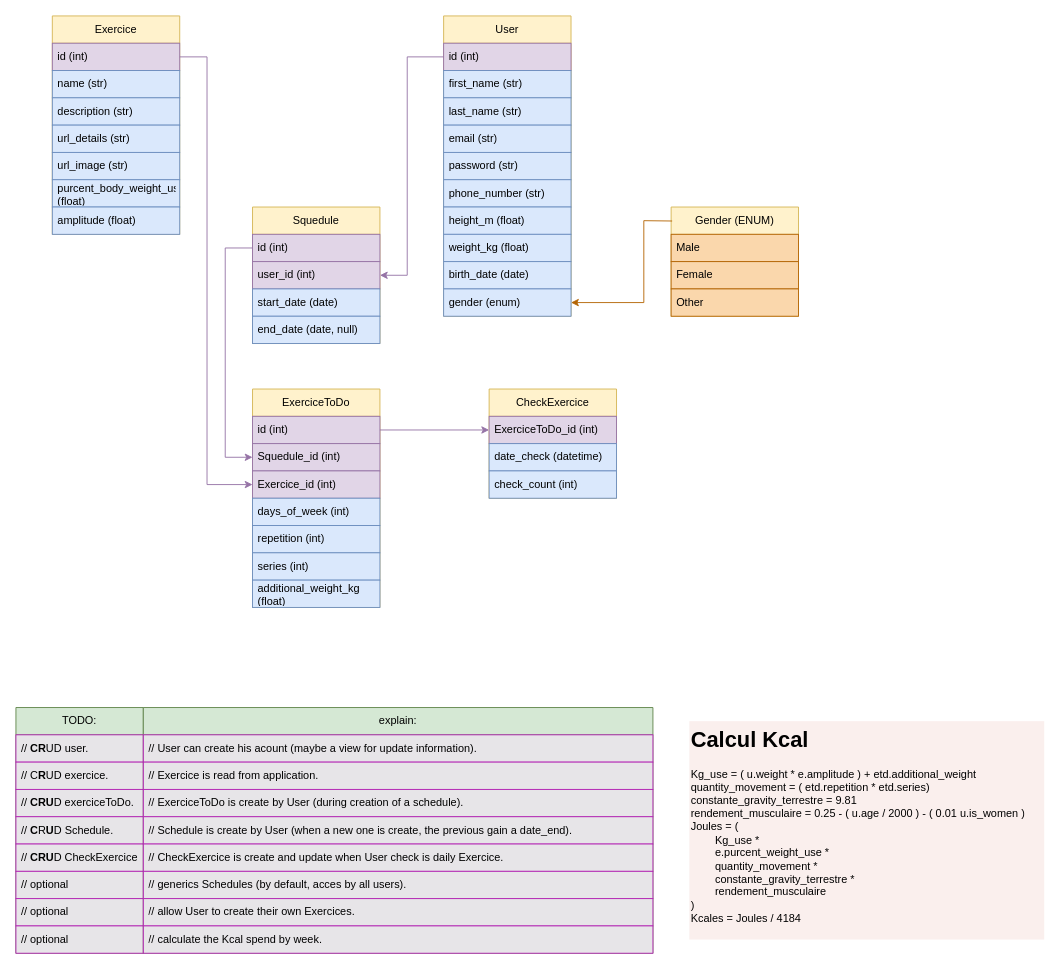
This is Analyse.drawio from Ailten/Sport-Schedule-Py, a draw.io file, before an edit. Source tidied: cells renumbered, new cells numbered last; positions are measured from the earlier drawing's top-left corner, leaving out a move shared by most shapes. Both pictures are drawn from the tidied source at 91%, with x=0, y=0 at pixel (15, 15).
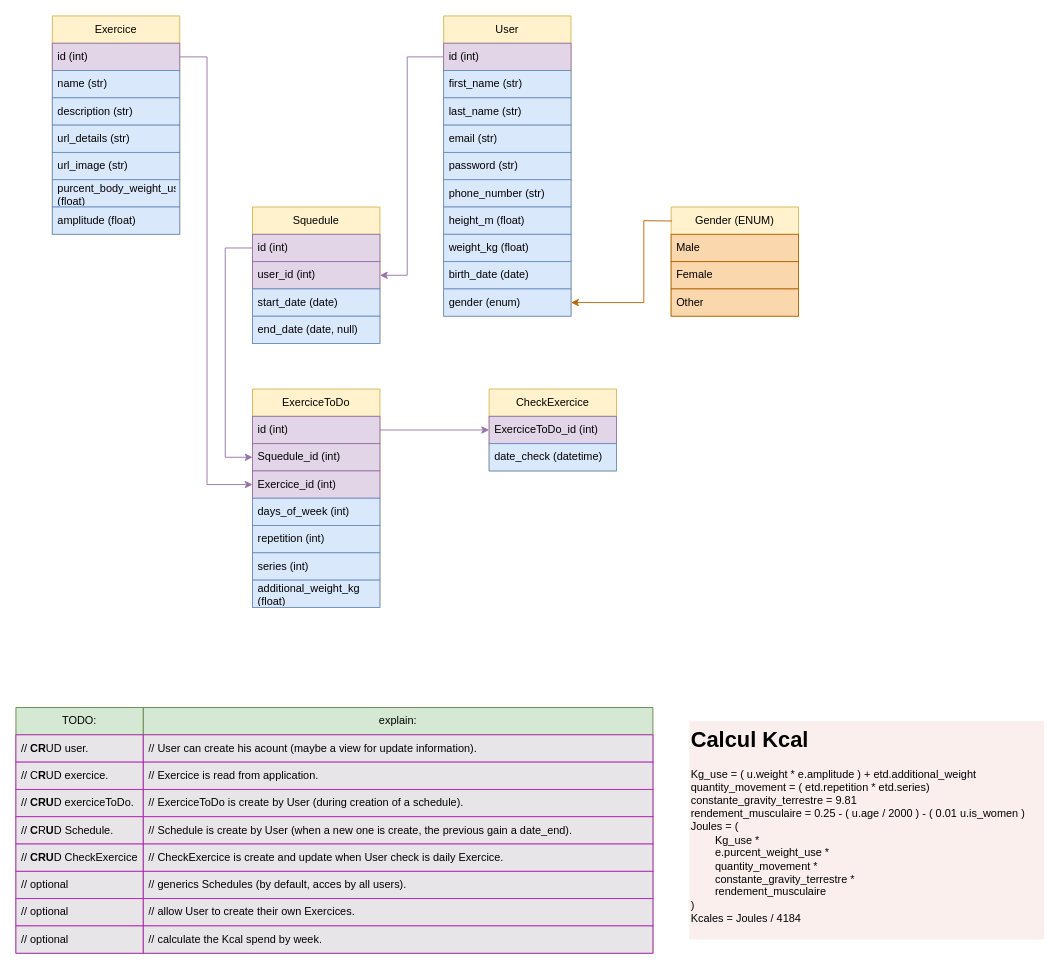
Above is the later version.

The edit, as a diff of the source:
```diff
@@
     <mxCell id="37" value="CheckExercice" style="swimlane;fontStyle=0;horizontal=1;startSize=30;whiteSpace=wrap;html=1;fillColor=#fff2cc;strokeColor=#d6b656;" parent="1" vertex="1">
-      <mxGeometry x="520" y="410" width="140" height="120" as="geometry" />
+      <mxGeometry x="520" y="410" width="140" height="90" as="geometry" />
     </mxCell>
@@
-    <mxCell id="40" value="check_count (int)" style="text;strokeColor=#6c8ebf;fillColor=#dae8fc;align=left;verticalAlign=middle;spacingLeft=4;spacingRight=4;overflow=hidden;whiteSpace=wrap;html=1;" parent="37" vertex="1">
-      <mxGeometry y="90" width="140" height="30" as="geometry" />
-    </mxCell>
```
